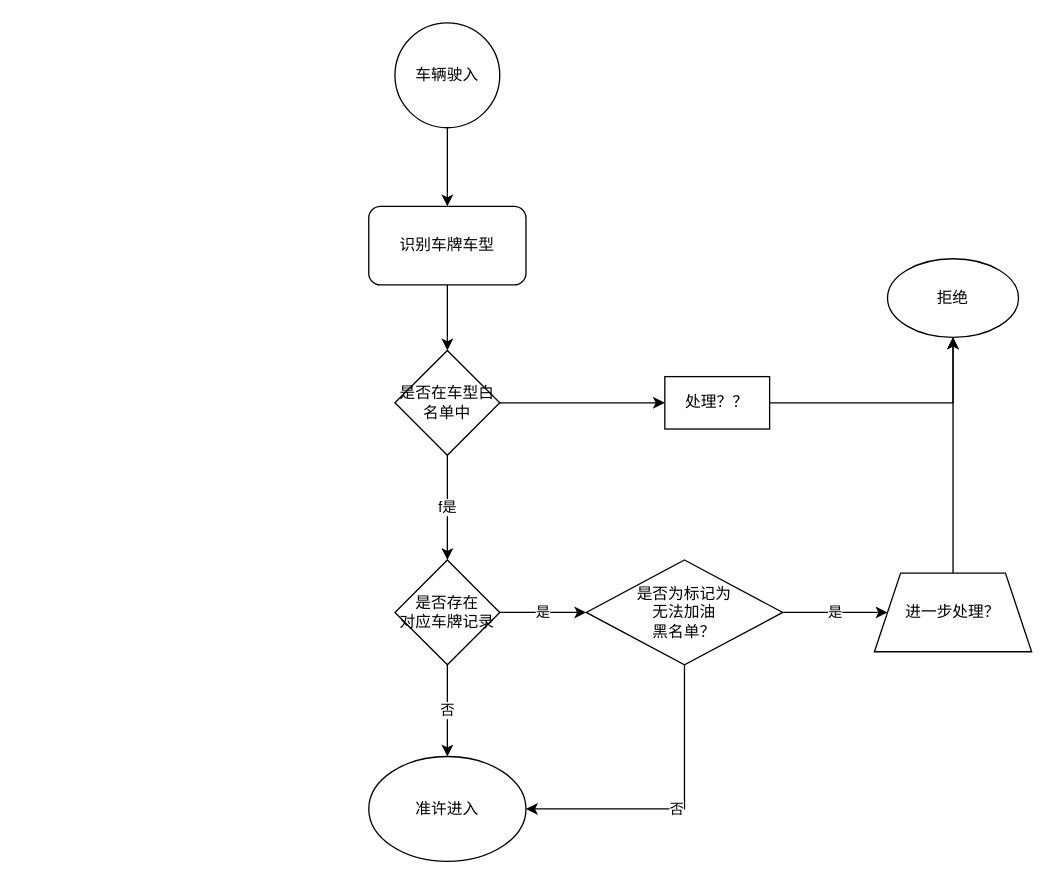
Before: WMS_ACC_1.drawio in cuckoolhz/drawIO, a draw.io diagram. Source tidied: cells renumbered, new cells numbered last; positions are measured from the earlier drawing's top-left corner, leaving out a move shared by most shapes. Both pictures are drawn from the tidied source at 131%, with x=0, y=0 at pixel (368, 22).
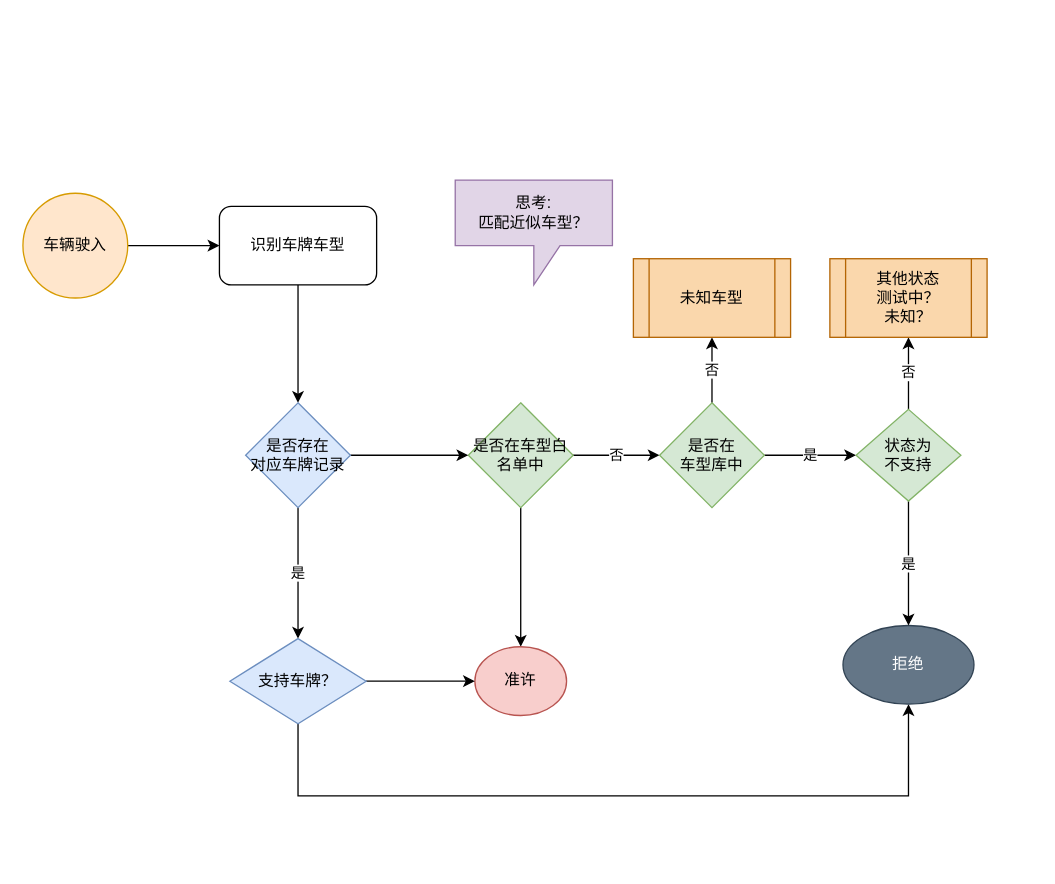
The same page after the edit.

The edit, as a diff of the source:
```diff
@@
-    <mxCell id="2" style="edgeStyle=orthogonalEdgeStyle;rounded=0;jettySize=auto;html=1;entryX=0.5;entryY=0;entryDx=0;entryDy=0;" parent="1" edge="1" source="3" target="5">
+    <mxCell id="2" style="edgeStyle=orthogonalEdgeStyle;rounded=0;jettySize=auto;html=1;entryX=0;entryY=0.5;entryDx=0;entryDy=0;" parent="1" edge="1" source="3" target="5">
       <mxGeometry relative="1" as="geometry" />
     </mxCell>
-    <mxCell id="3" value="车辆驶入" style="ellipse;whiteSpace=wrap;html=1;" parent="1" vertex="1">
-      <mxGeometry x="20" width="80" height="80" as="geometry" />
+    <mxCell id="3" value="车辆驶入" style="ellipse;whiteSpace=wrap;html=1;fillColor=#ffe6cc;strokeColor=#d79b00;" parent="1" vertex="1">
+      <mxGeometry x="-264" y="130" width="80" height="80" as="geometry" />
     </mxCell>
-    <mxCell id="4" style="edgeStyle=orthogonalEdgeStyle;rounded=0;jettySize=auto;html=1;entryX=0.5;entryY=0;entryDx=0;entryDy=0;" parent="1" edge="1" source="5" target="8">
-      <mxGeometry relative="1" as="geometry" />
-    </mxCell>
+    <mxCell id="21" style="edgeStyle=orthogonalEdgeStyle;rounded=0;jettySize=auto;html=1;" parent="1" edge="1" source="5" target="11">
+      <mxGeometry relative="1" as="geometry" />
+    </mxCell>
     <mxCell id="5" value="识别车牌车型" style="rounded=1;whiteSpace=wrap;html=1;" parent="1" vertex="1">
-      <mxGeometry y="140" width="120" height="60" as="geometry" />
+      <mxGeometry x="-114" y="140" width="120" height="60" as="geometry" />
     </mxCell>
-    <mxCell id="6" value="f是" style="edgeStyle=orthogonalEdgeStyle;rounded=0;jettySize=auto;html=1;entryX=0.5;entryY=0;entryDx=0;entryDy=0;" parent="1" edge="1" source="8" target="11">
-      <mxGeometry relative="1" as="geometry" />
-    </mxCell>
-    <mxCell id="7" style="edgeStyle=orthogonalEdgeStyle;rounded=0;jettySize=auto;html=1;exitX=1;exitY=0.5;exitDx=0;exitDy=0;entryX=0;entryY=0.5;entryDx=0;entryDy=0;" parent="1" edge="1" source="8" target="20">
-      <mxGeometry relative="1" as="geometry" />
-    </mxCell>
+    <mxCell id="22" value="否" style="edgeStyle=orthogonalEdgeStyle;rounded=0;jettySize=auto;html=1;entryX=0;entryY=0.5;entryDx=0;entryDy=0;" parent="1" edge="1" source="8" target="27">
+      <mxGeometry relative="1" as="geometry" />
+    </mxCell>
+    <mxCell id="23" style="edgeStyle=orthogonalEdgeStyle;rounded=0;jettySize=auto;html=1;entryX=0.5;entryY=0;entryDx=0;entryDy=0;" parent="1" edge="1" source="8" target="12">
+      <mxGeometry relative="1" as="geometry" />
+    </mxCell>
-    <mxCell id="8" value="是否在车型白名单中" style="rhombus;whiteSpace=wrap;html=1;" parent="1" vertex="1">
-      <mxGeometry x="20" y="250" width="80" height="80" as="geometry" />
+    <mxCell id="8" value="是否在车型白名单中" style="rhombus;whiteSpace=wrap;html=1;fillColor=#d5e8d4;strokeColor=#82b366;" parent="1" vertex="1">
+      <mxGeometry x="76" y="290" width="80" height="80" as="geometry" />
     </mxCell>
-    <mxCell id="9" value="否" style="edgeStyle=orthogonalEdgeStyle;rounded=0;jettySize=auto;html=1;entryX=0.5;entryY=0;entryDx=0;entryDy=0;" parent="1" edge="1" source="11" target="12">
-      <mxGeometry relative="1" as="geometry" />
-    </mxCell>
-    <mxCell id="10" value="是" style="edgeStyle=orthogonalEdgeStyle;rounded=0;jettySize=auto;html=1;entryX=0;entryY=0.5;entryDx=0;entryDy=0;" parent="1" edge="1" source="11" target="15">
+    <mxCell id="10" value="是" style="edgeStyle=orthogonalEdgeStyle;rounded=0;jettySize=auto;html=1;entryX=0.5;entryY=0;entryDx=0;entryDy=0;" parent="1" edge="1" source="11" target="15">
       <mxGeometry relative="1" as="geometry" />
     </mxCell>
+    <mxCell id="24" style="edgeStyle=orthogonalEdgeStyle;rounded=0;jettySize=auto;html=1;entryX=0;entryY=0.5;entryDx=0;entryDy=0;" parent="1" edge="1" source="11" target="8">
+      <mxGeometry relative="1" as="geometry" />
+    </mxCell>
-    <mxCell id="11" value="是否存在&lt;br style=&quot;box-sizing: content-box ; margin: 0px ; padding: 0px&quot;&gt;对应车牌记录" style="rhombus;whiteSpace=wrap;html=1;" parent="1" vertex="1">
-      <mxGeometry x="20" y="410" width="80" height="80" as="geometry" />
+    <mxCell id="11" value="是否存在&lt;br style=&quot;box-sizing: content-box ; margin: 0px ; padding: 0px&quot;&gt;对应车牌记录" style="rhombus;whiteSpace=wrap;html=1;fillColor=#dae8fc;strokeColor=#6c8ebf;" parent="1" vertex="1">
+      <mxGeometry x="-94" y="290" width="80" height="80" as="geometry" />
     </mxCell>
-    <mxCell id="12" value="准许进入" style="ellipse;whiteSpace=wrap;html=1;" parent="1" vertex="1">
-      <mxGeometry y="560" width="120" height="80" as="geometry" />
+    <mxCell id="12" value="准许" style="ellipse;whiteSpace=wrap;html=1;fillColor=#f8cecc;strokeColor=#b85450;" parent="1" vertex="1">
+      <mxGeometry x="81" y="476.2" width="70" height="52.5" as="geometry" />
     </mxCell>
+    <mxCell id="14" style="edgeStyle=orthogonalEdgeStyle;rounded=0;jettySize=auto;html=1;entryX=0;entryY=0.5;entryDx=0;entryDy=0;" parent="1" edge="1" source="15" target="12">
+      <mxGeometry relative="1" as="geometry" />
+    </mxCell>
+    <mxCell id="25" style="edgeStyle=orthogonalEdgeStyle;rounded=0;jettySize=auto;html=1;entryX=0.5;entryY=1;entryDx=0;entryDy=0;" parent="1" edge="1" source="15" target="18">
+      <mxGeometry relative="1" as="geometry">
+        <Array as="points">
+          <mxPoint x="-54" y="590" />
+          <mxPoint x="412" y="590" />
+        </Array>
+      </mxGeometry>
+    </mxCell>
+    <mxCell id="15" value="支持车牌？" style="rhombus;whiteSpace=wrap;html=1;fillColor=#dae8fc;strokeColor=#6c8ebf;" parent="1" vertex="1">
+      <mxGeometry x="-106" y="470" width="104" height="65" as="geometry" />
+    </mxCell>
+    <mxCell id="18" value="拒绝" style="ellipse;whiteSpace=wrap;html=1;fillColor=#647687;fontColor=#ffffff;strokeColor=#314354;" parent="1" vertex="1">
+      <mxGeometry x="362" y="460" width="100" height="60" as="geometry" />
+    </mxCell>
-    <mxCell id="13" value="是" style="edgeStyle=orthogonalEdgeStyle;rounded=0;jettySize=auto;html=1;entryX=0;entryY=0.5;entryDx=0;entryDy=0;" parent="1" edge="1" source="15" target="17">
+    <mxCell id="13" value="是" style="edgeStyle=orthogonalEdgeStyle;rounded=0;jettySize=auto;html=1;entryX=0;entryY=0.5;entryDx=0;entryDy=0;" parent="1" edge="1" source="27" target="30">
       <mxGeometry relative="1" as="geometry" />
     </mxCell>
-    <mxCell id="14" value="否" style="edgeStyle=orthogonalEdgeStyle;rounded=0;jettySize=auto;html=1;exitX=0.5;exitY=1;exitDx=0;exitDy=0;entryX=1;entryY=0.5;entryDx=0;entryDy=0;" parent="1" edge="1" source="15" target="12">
-      <mxGeometry relative="1" as="geometry" />
-    </mxCell>
-    <mxCell id="15" value="是否为标记为&lt;br style=&quot;box-sizing: content-box ; margin: 0px ; padding: 0px&quot;&gt;无法加油&lt;br style=&quot;box-sizing: content-box ; margin: 0px ; padding: 0px&quot;&gt;黑名单？" style="rhombus;whiteSpace=wrap;html=1;" parent="1" vertex="1">
-      <mxGeometry x="166" y="410" width="150" height="80" as="geometry" />
-    </mxCell>
-    <mxCell id="16" style="edgeStyle=orthogonalEdgeStyle;rounded=0;jettySize=auto;html=1;" parent="1" edge="1" source="17" target="18">
-      <mxGeometry relative="1" as="geometry" />
-    </mxCell>
-    <mxCell id="17" value="进一步处理？" style="shape=trapezoid;perimeter=trapezoidPerimeter;whiteSpace=wrap;html=1;fixedSize=1;" parent="1" vertex="1">
-      <mxGeometry x="386" y="420" width="120" height="60" as="geometry" />
-    </mxCell>
-    <mxCell id="18" value="拒绝" style="ellipse;whiteSpace=wrap;html=1;" parent="1" vertex="1">
-      <mxGeometry x="396" y="180" width="100" height="60" as="geometry" />
-    </mxCell>
-    <mxCell id="19" style="edgeStyle=orthogonalEdgeStyle;rounded=0;jettySize=auto;html=1;entryX=0.5;entryY=1;entryDx=0;entryDy=0;" parent="1" edge="1" source="20" target="18">
-      <mxGeometry relative="1" as="geometry" />
-    </mxCell>
-    <mxCell id="20" value="处理？？" style="rounded=0;whiteSpace=wrap;html=1;" parent="1" vertex="1">
-      <mxGeometry x="226" y="270" width="80" height="40" as="geometry" />
-    </mxCell>
+    <mxCell id="26" value="否" style="edgeStyle=orthogonalEdgeStyle;rounded=0;jettySize=auto;html=1;entryX=0.5;entryY=1;entryDx=0;entryDy=0;" parent="1" edge="1" source="27" target="31">
+      <mxGeometry relative="1" as="geometry" />
+    </mxCell>
+    <mxCell id="27" value="是否在&lt;br&gt;车型库中" style="rhombus;whiteSpace=wrap;html=1;fillColor=#d5e8d4;strokeColor=#82b366;" parent="1" vertex="1">
+      <mxGeometry x="222" y="290" width="80" height="80" as="geometry" />
+    </mxCell>
+    <mxCell id="28" value="否" style="edgeStyle=orthogonalEdgeStyle;rounded=0;jettySize=auto;html=1;entryX=0.5;entryY=1;entryDx=0;entryDy=0;" parent="1" edge="1" source="30" target="32">
+      <mxGeometry relative="1" as="geometry" />
+    </mxCell>
+    <mxCell id="29" value="是" style="edgeStyle=orthogonalEdgeStyle;rounded=0;jettySize=auto;html=1;entryX=0.5;entryY=0;entryDx=0;entryDy=0;" parent="1" edge="1" source="30" target="18">
+      <mxGeometry relative="1" as="geometry" />
+    </mxCell>
+    <mxCell id="30" value="状态为&lt;br&gt;不支持" style="rhombus;whiteSpace=wrap;html=1;fillColor=#d5e8d4;strokeColor=#82b366;" parent="1" vertex="1">
+      <mxGeometry x="372" y="295" width="80" height="70" as="geometry" />
+    </mxCell>
+    <mxCell id="31" value="未知车型" style="shape=process;whiteSpace=wrap;html=1;backgroundOutline=1;fillColor=#fad7ac;strokeColor=#b46504;" parent="1" vertex="1">
+      <mxGeometry x="202" y="180" width="120" height="60" as="geometry" />
+    </mxCell>
+    <mxCell id="32" value="其他状态&lt;br&gt;测试中？&lt;br&gt;未知？" style="shape=process;whiteSpace=wrap;html=1;backgroundOutline=1;fillColor=#fad7ac;strokeColor=#b46504;" parent="1" vertex="1">
+      <mxGeometry x="352" y="180" width="120" height="60" as="geometry" />
+    </mxCell>
+    <mxCell id="33" value="思考:&lt;br&gt;匹配近似车型？" style="shape=callout;whiteSpace=wrap;html=1;perimeter=calloutPerimeter;fillColor=#e1d5e7;strokeColor=#9673a6;" parent="1" vertex="1">
+      <mxGeometry x="66" y="120" width="120" height="80" as="geometry" />
+    </mxCell>
```
